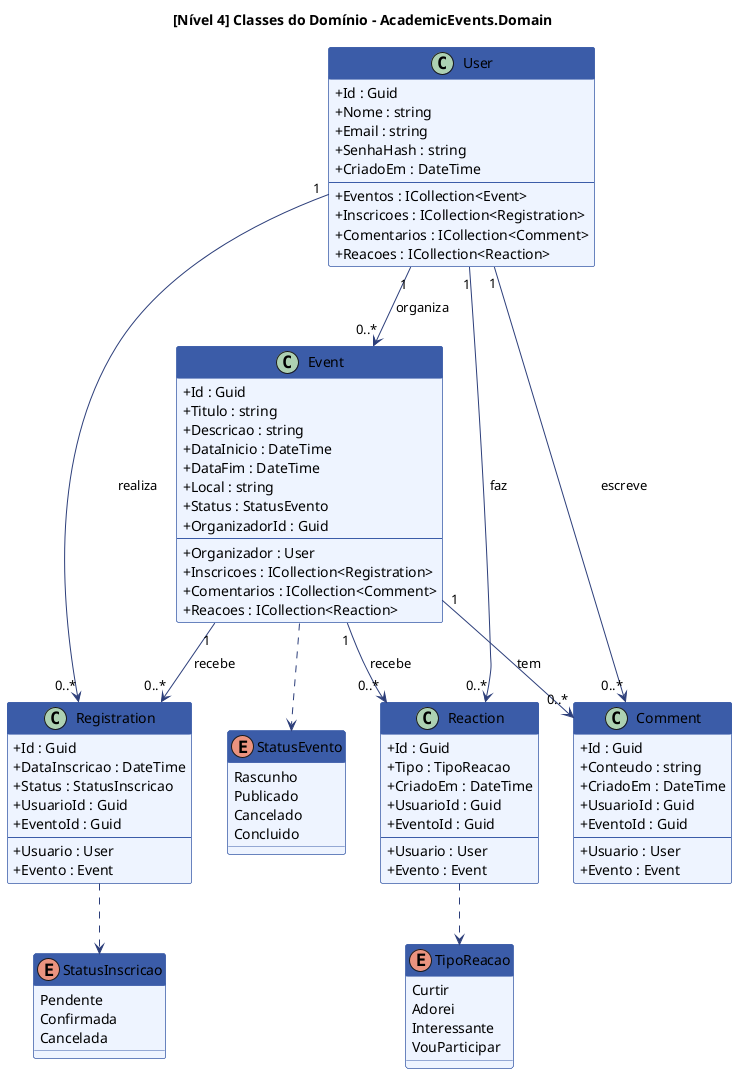
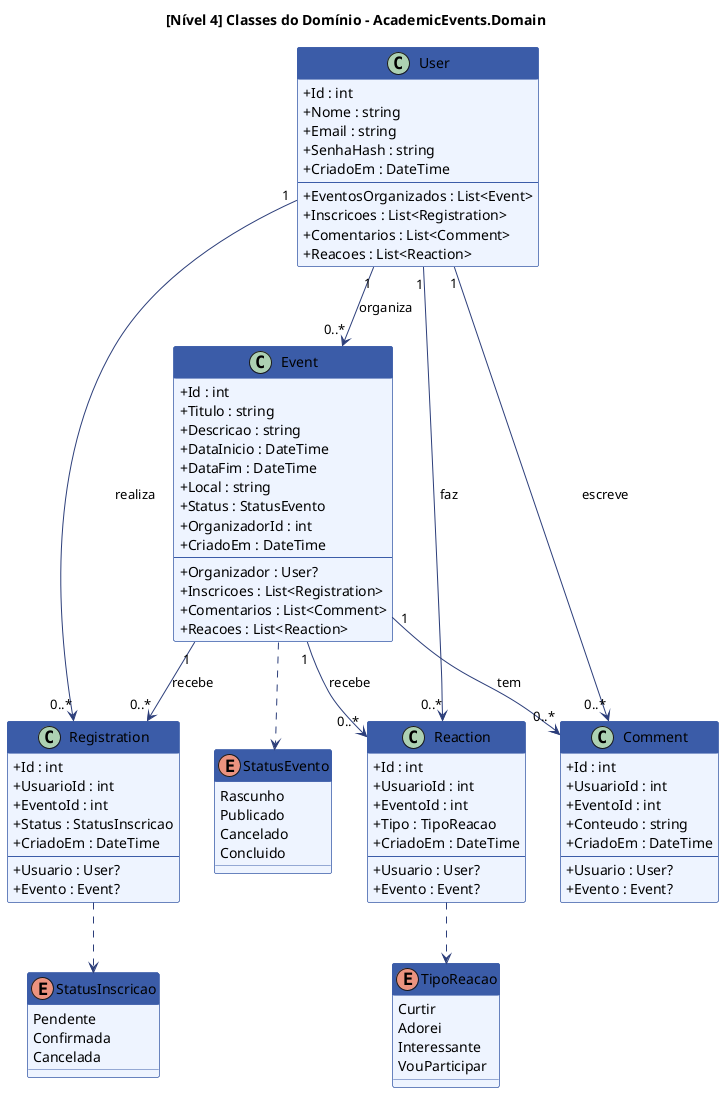
@startuml c4_nivel4_codigo

' nível 4 do C4: diagrama de classes do domínio
' mostra as entidades, enums e relacionamentos do AcademicEvents.Domain

title [Nível 4] Classes do Domínio - AcademicEvents.Domain

skinparam classAttributeIconSize 0
skinparam class {
  BackgroundColor #EEF4FF
  BorderColor #3B5CA8
  HeaderBackgroundColor #3B5CA8
  HeaderFontColor #FFFFFF
  ArrowColor #2C3E7A
}
skinparam enum {
  BackgroundColor #FFF8EE
  BorderColor #D4943A
  HeaderBackgroundColor #F5A623
  HeaderFontColor #FFFFFF
}

' entidades do domínio
class User {
-   + Id : Guid
+   + Id : int
  + Nome : string
  + Email : string
  + SenhaHash : string
  + CriadoEm : DateTime
  --
-   + Eventos : ICollection<Event>
-   + Inscricoes : ICollection<Registration>
-   + Comentarios : ICollection<Comment>
-   + Reacoes : ICollection<Reaction>
+   + EventosOrganizados : List<Event>
+   + Inscricoes : List<Registration>
+   + Comentarios : List<Comment>
+   + Reacoes : List<Reaction>
}

class Event {
-   + Id : Guid
+   + Id : int
  + Titulo : string
  + Descricao : string
  + DataInicio : DateTime
  + DataFim : DateTime
  + Local : string
  + Status : StatusEvento
-   + OrganizadorId : Guid
+   + OrganizadorId : int
+   + CriadoEm : DateTime
  --
-   + Organizador : User
-   + Inscricoes : ICollection<Registration>
-   + Comentarios : ICollection<Comment>
-   + Reacoes : ICollection<Reaction>
+   + Organizador : User?
+   + Inscricoes : List<Registration>
+   + Comentarios : List<Comment>
+   + Reacoes : List<Reaction>
}

class Registration {
-   + Id : Guid
-   + DataInscricao : DateTime
+   + Id : int
+   + UsuarioId : int
+   + EventoId : int
  + Status : StatusInscricao
-   + UsuarioId : Guid
-   + EventoId : Guid
+   + CriadoEm : DateTime
  --
-   + Usuario : User
-   + Evento : Event
+   + Usuario : User?
+   + Evento : Event?
}

class Comment {
-   + Id : Guid
+   + Id : int
+   + UsuarioId : int
+   + EventoId : int
  + Conteudo : string
  + CriadoEm : DateTime
-   + UsuarioId : Guid
-   + EventoId : Guid
  --
-   + Usuario : User
-   + Evento : Event
+   + Usuario : User?
+   + Evento : Event?
}

class Reaction {
-   + Id : Guid
+   + Id : int
+   + UsuarioId : int
+   + EventoId : int
  + Tipo : TipoReacao
  + CriadoEm : DateTime
-   + UsuarioId : Guid
-   + EventoId : Guid
  --
-   + Usuario : User
-   + Evento : Event
+   + Usuario : User?
+   + Evento : Event?
}

' enums do domínio
enum StatusEvento {
  Rascunho
  Publicado
  Cancelado
  Concluido
}

enum StatusInscricao {
  Pendente
  Confirmada
  Cancelada
}

enum TipoReacao {
  Curtir
  Adorei
  Interessante
  VouParticipar
}

' relacionamentos entre as entidades
User "1" --> "0..*" Event : organiza
User "1" --> "0..*" Registration : realiza
User "1" --> "0..*" Comment : escreve
User "1" --> "0..*" Reaction : faz

Event "1" --> "0..*" Registration : recebe
Event "1" --> "0..*" Comment : tem
Event "1" --> "0..*" Reaction : recebe

' entidades que usam os enums
Event ..> StatusEvento
Registration ..> StatusInscricao
Reaction ..> TipoReacao

@enduml
